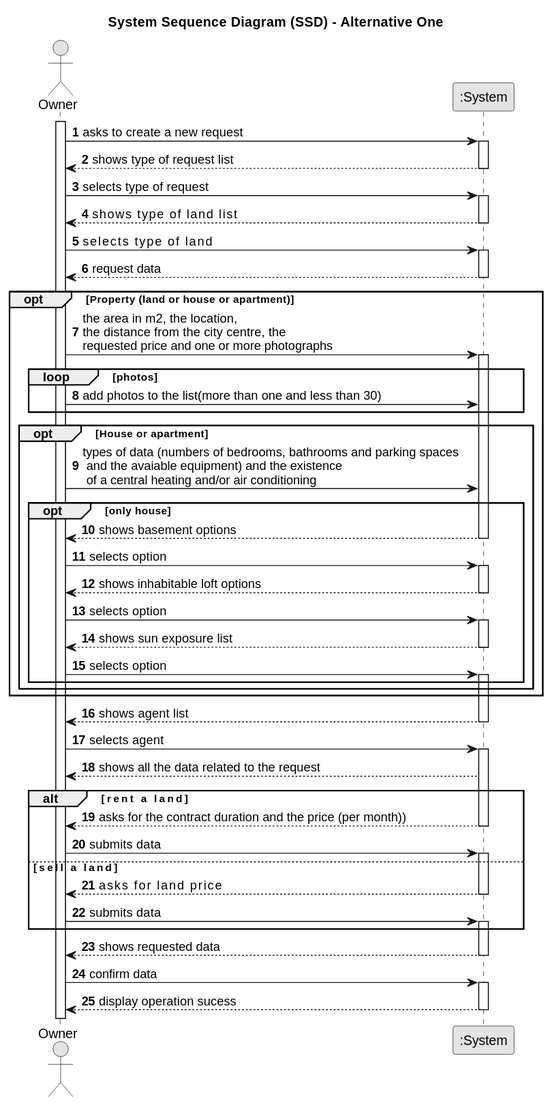
Earlier version of the PlantUML export docs/Sprint-B/US004/01.requirements-engineering/svg/us004-system-sequence-diagram-alternative-one.svg (Rodrick0209/ISEP-LAPR2-22-23). Its diagram source:
```plantuml
@startuml
skinparam monochrome true
skinparam packageStyle rectangle
skinparam shadowing false

title System Sequence Diagram (SSD) - Alternative One

autonumber

actor "Owner" as Employee
participant ":System" as System

activate Employee

    Employee -> System : asks to create a new request
    activate System

        System --> Employee : shows type of request list
    deactivate System

    Employee -> System : selects type of request
    activate System

        System --> Employee : shows type of property list

    deactivate System

    Employee -> System : selects type of property

    activate System

        System --> Employee : request data
    deactivate System

opt Property (land or house or apartment)

   Employee -> System : the area in m2, the location,\nthe distance from the city centre, the\nrequested price and one or more photographs
    activate System

    loop photos
    Employee -> System : add photos to the list(more than one and less than 30)
    end

opt House or apartment

    Employee -> System : types of data (numbers of bedrooms, bathrooms and parking spaces \n and the avaiable equipment) and the existence \n of a central heating and/or air conditioning


opt only house
      System --> Employee : shows basement options
      deactivate System


      Employee -> System : selects option
      activate System

    System --> Employee : shows inhabitable loft options
      deactivate System


      Employee -> System :  selects option

      activate System

            System --> Employee :shows sun exposure list
      deactivate System

      Employee -> System :selects option
      activate System

end
end
end


     activate System

        System --> Employee : shows agent list
    deactivate System

    Employee -> System :  selects agent

     activate System

        System --> Employee : shows all the data related to the request


    alt rent a property
            System --> Employee : asks for the contract duration and the price (per month))
         deactivate System
            Employee -> System : submits data
            activate System
         else       sell a property
            System --> Employee : asks for property price
            deactivate System
            Employee -> System : submits data
            activate System

         end

    System --> Employee: shows requested data

    deactivate System

     Employee -> System : confirm data

     activate System

            System --> Employee : display operation sucess
     deactivate System
@enduml
```
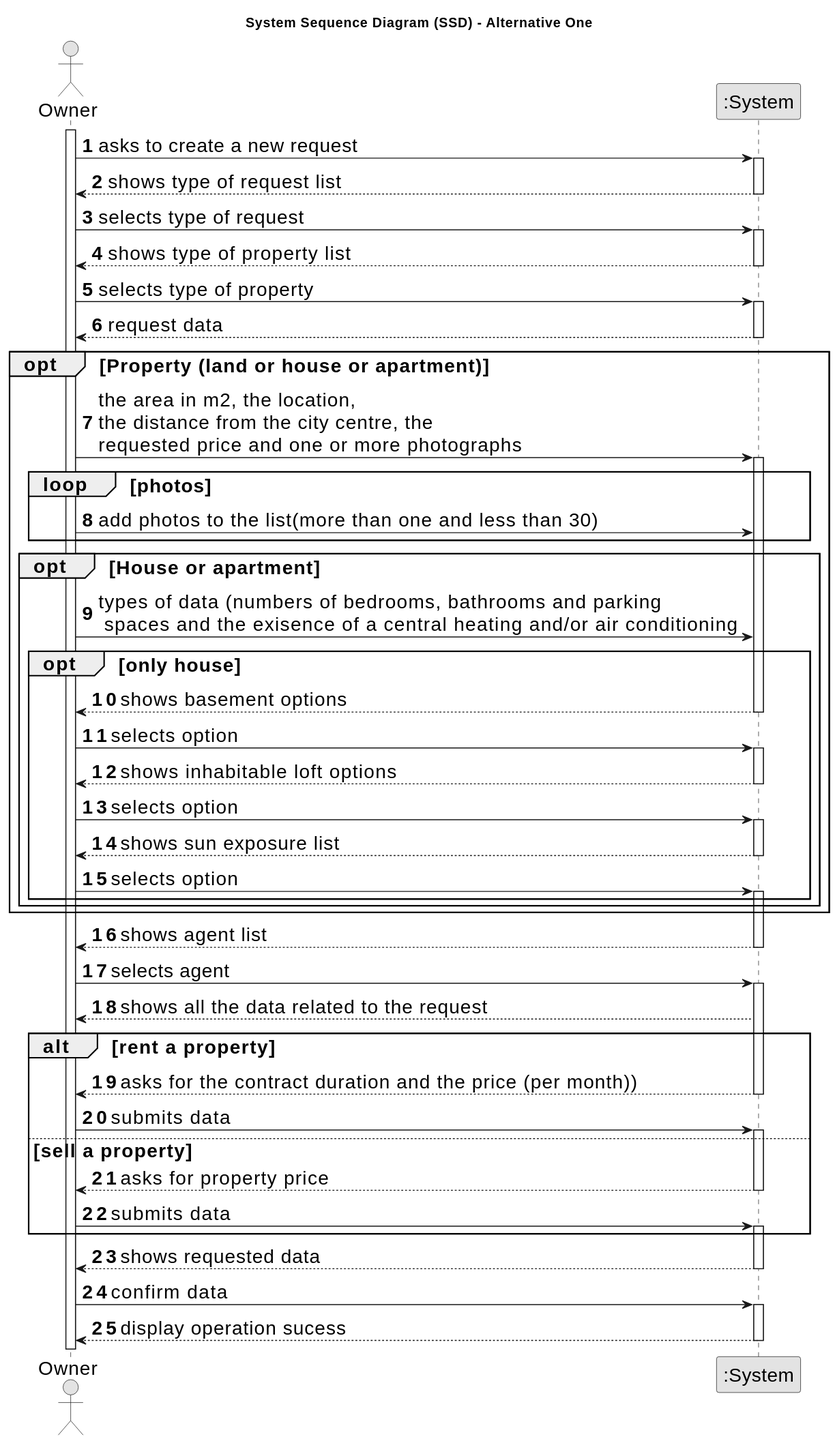
After the commit.

Change to the diagram source:
```diff
@@ -1,4 +1,5 @@
 @startuml
+skinparamlocked defaultFontSize 20
 skinparam monochrome true
 skinparam packageStyle rectangle
 skinparam shadowing false
@@ -43,7 +44,7 @@
 
 opt House or apartment
 
-    Employee -> System : types of data (numbers of bedrooms, bathrooms and parking spaces \n and the avaiable equipment) and the existence \n of a central heating and/or air conditioning
+    Employee -> System : types of data (numbers of bedrooms, bathrooms and parking\n spaces  and the exisence  of a central heating and/or air conditioning
 
 
 opt only house
```
